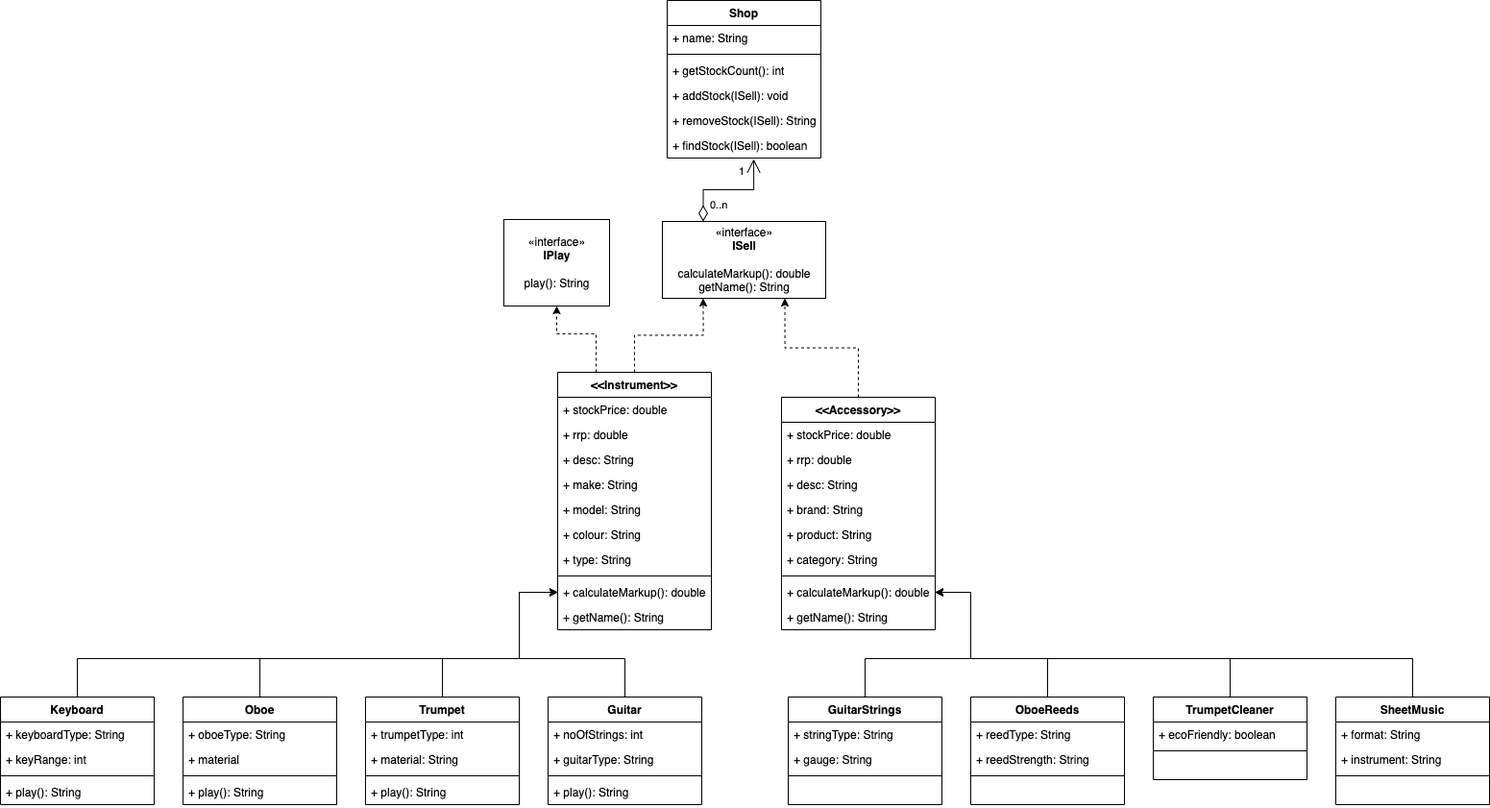
The draw.io diagram planning/Revised Class diagram - music shop.png in Peetfire/w12_we_homework_rays_music_exchange, before a commit. Source tidied: cells renumbered, new cells last; positions are measured from the earlier drawing's top-left corner, leaving out a move shared by most shapes.
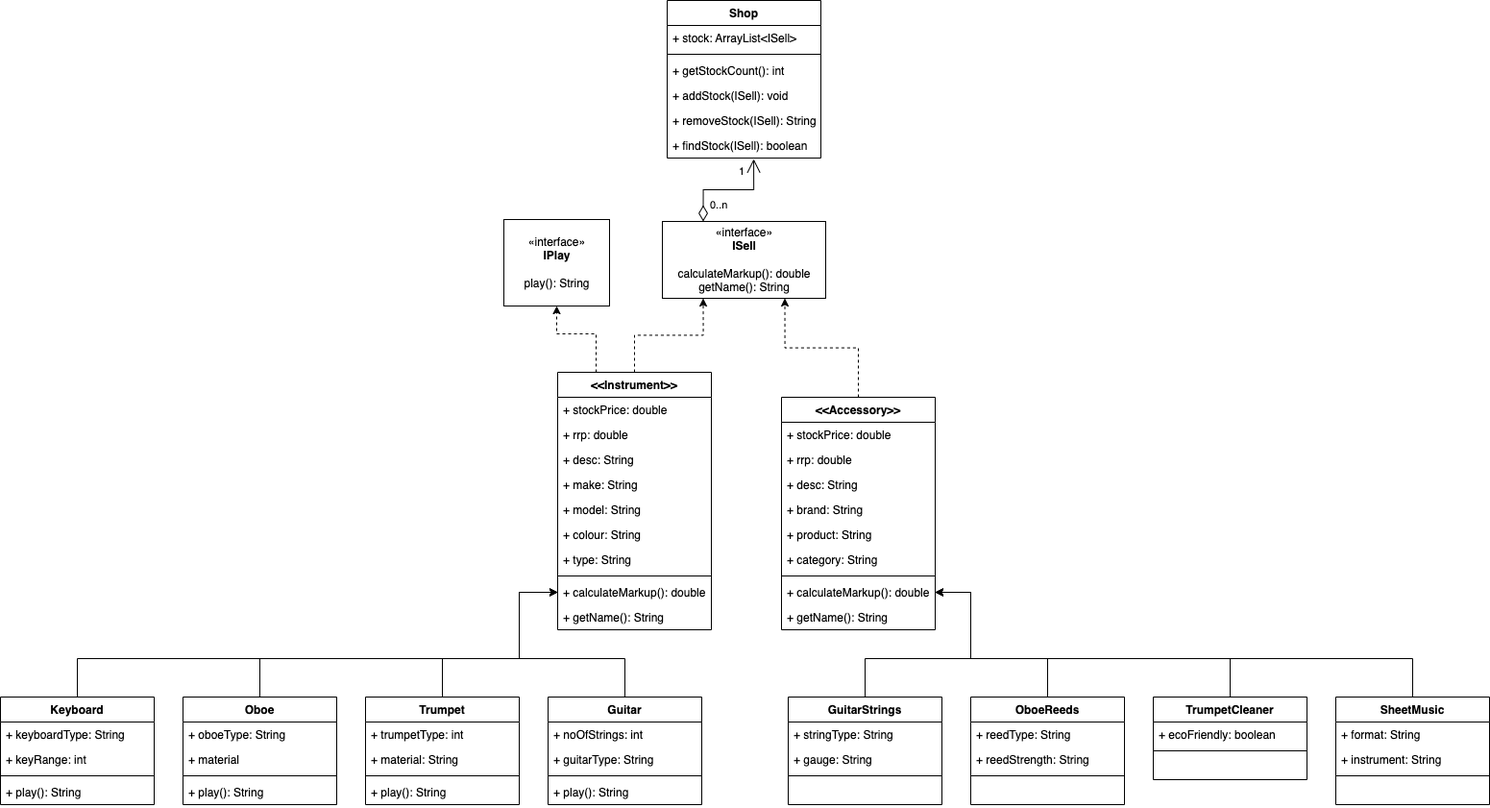
The same diagram one commit later.

What changed in the source:
```diff
@@ -277,7 +277,7 @@
     <mxCell id="75" value="Shop" style="swimlane;fontStyle=1;align=center;verticalAlign=top;horizontal=1;startSize=26;" parent="1" vertex="1">
       <mxGeometry x="694" width="160" height="164" as="geometry" />
     </mxCell>
-    <mxCell id="76" value="+ name: String" style="text;strokeColor=none;fillColor=none;align=left;verticalAlign=top;spacingLeft=4;spacingRight=4;overflow=hidden;" parent="75" vertex="1">
+    <mxCell id="76" value="+ stock: ArrayList&lt;ISell&gt;" style="text;strokeColor=none;fillColor=none;align=left;verticalAlign=top;spacingLeft=4;spacingRight=4;overflow=hidden;" parent="75" vertex="1">
       <mxGeometry y="26" width="160" height="26" as="geometry" />
     </mxCell>
     <mxCell id="77" style="line;strokeWidth=1;fillColor=none;align=left;verticalAlign=middle;spacingTop=-1;spacingLeft=3;spacingRight=3;labelPosition=right;" parent="75" vertex="1">
```
